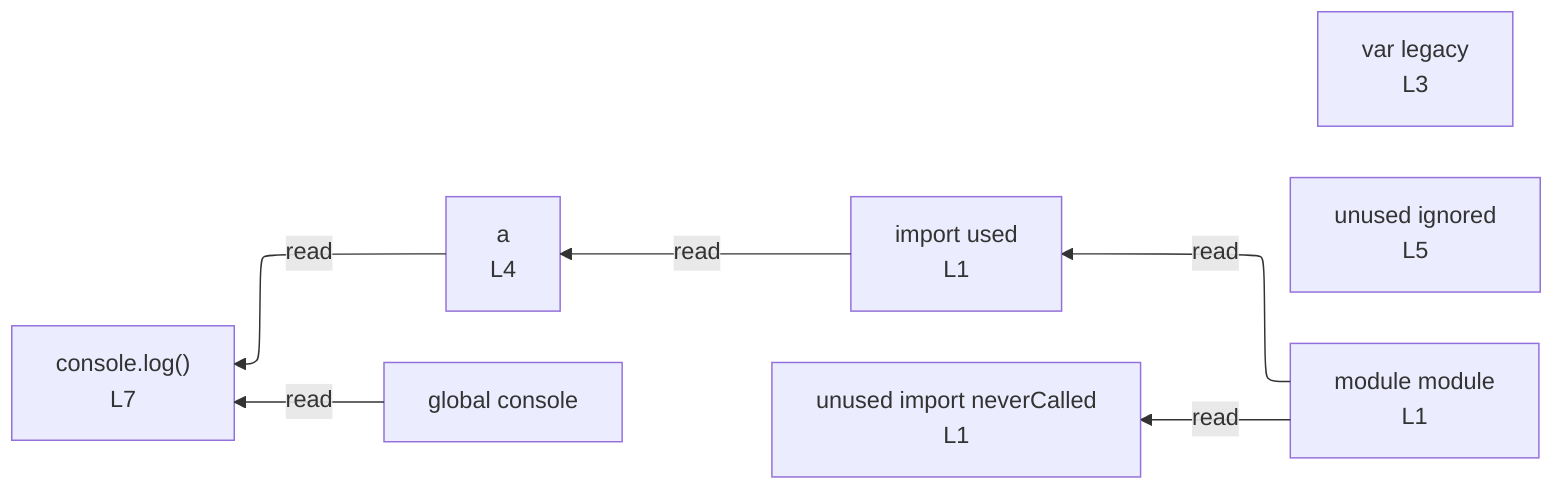
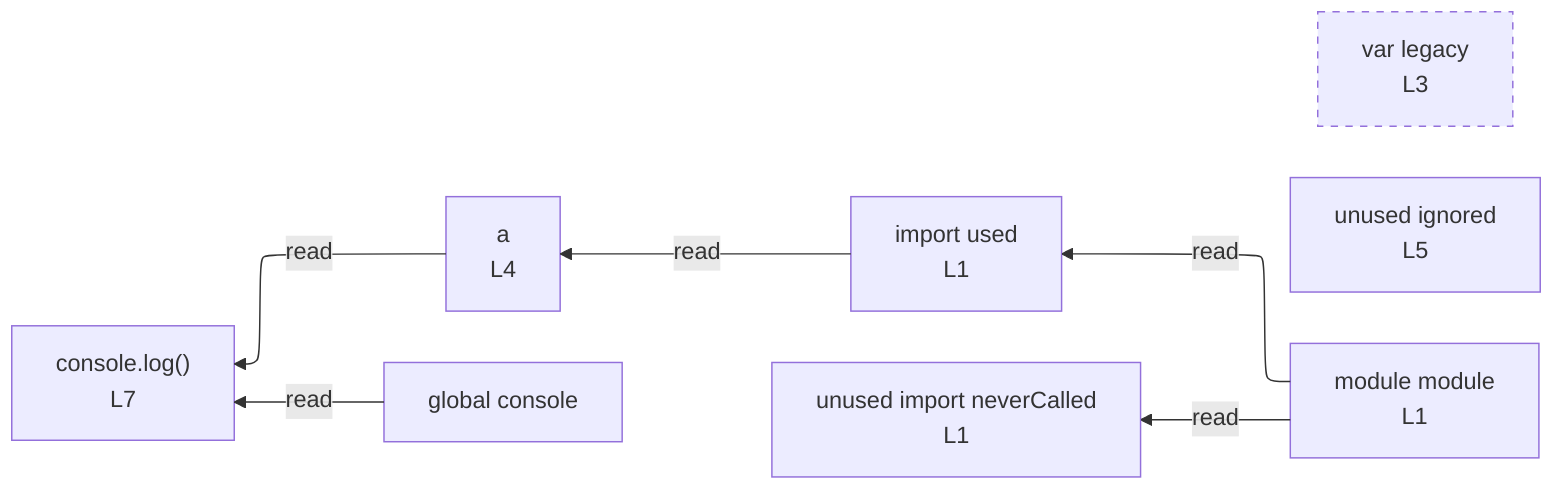
%%{init: {"flowchart": {"defaultRenderer": "elk"}}}%%
flowchart RL
  n_scope_0_used_9["import used<br/>L1"]
  n_scope_0_neverCalled_15["unused import neverCalled<br/>L1"]
  n_scope_0_legacy_49["var legacy<br/>L3"]
  n_scope_0_a_67["a<br/>L4"]
  n_scope_0_ignored_83["unused ignored<br/>L5"]
  n_scope_0_console_98["global console"]
  n_scope_0_used_9 -->|read| n_scope_0_a_67
  n_scope_0_console_98 -->|read| expr_stmt_98
  n_scope_0_a_67 -->|read| expr_stmt_98
  expr_stmt_98["console.log()<br/>L7"]
  mod_module["module module<br/>L1"]
  mod_module -->|read| n_scope_0_used_9
  mod_module -->|read| n_scope_0_neverCalled_15
+   classDef varNode stroke-dasharray:5 5;
+   class n_scope_0_legacy_49 varNode;
